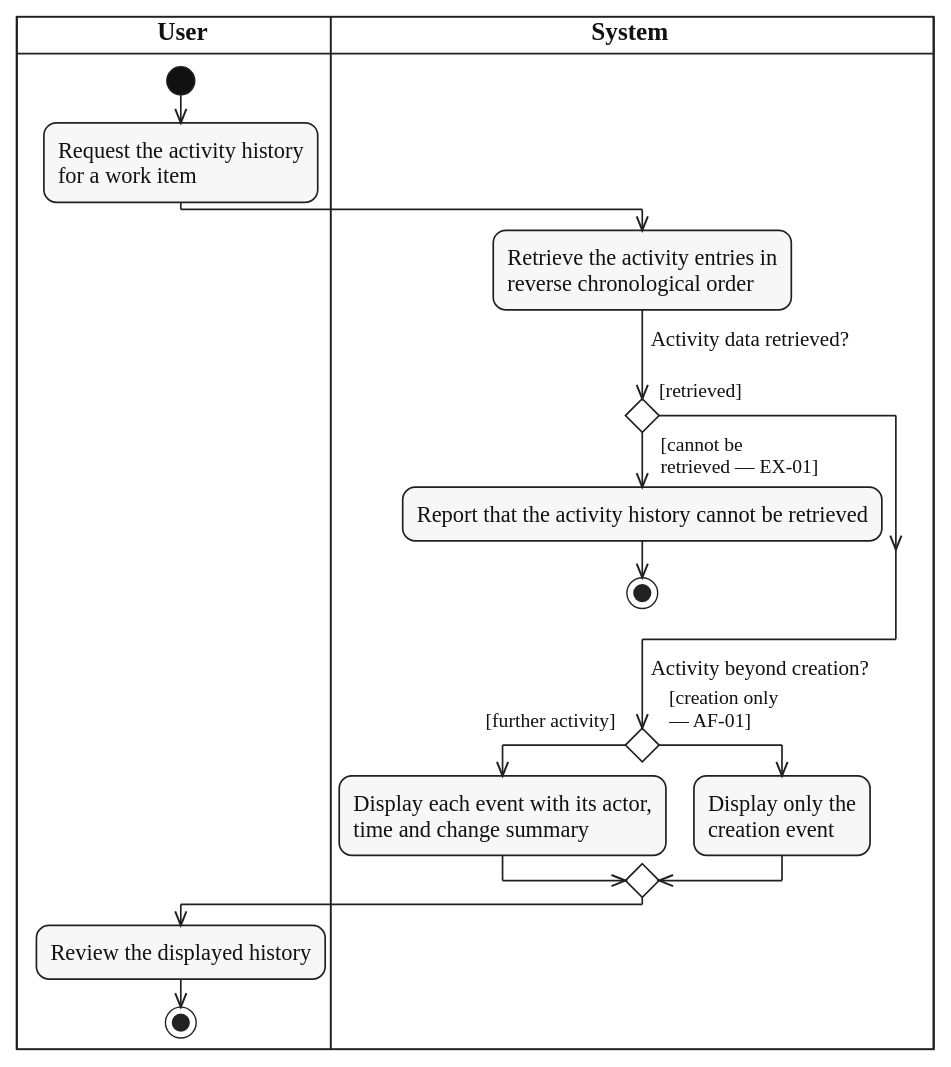
Above: diagrams/activity/collaboration-notification/svg/UC-WORK-ITEM-ACTIVITY-REVIEW.svg in lukenab/swd392-doc-automation (PlantUML), before the change. Its source is kept beside it as diagrams/activity/collaboration-notification/source/UC-WORK-ITEM-ACTIVITY-REVIEW.puml. The source it was exported from:
```plantuml
@startuml UC-WORK-ITEM-ACTIVITY-REVIEW
!include ../../_shared/activity-style.puml
|USR| $lane_title("User")
|SYS| $lane_title("System")

|USR|
start
:Request the activity history
for a work item;
|SYS|
:Retrieve the activity entries in
reverse chronological order;
if ($question("Activity data retrieved?")) then ($guard_left("[retrieved]"))
else ($guard_right("[cannot be", "retrieved — EX-01]"))
  :Report that the activity history cannot be retrieved;
  stop
endif
if ($question("Activity beyond creation?")) then ($guard_left("[further activity]"))
  :Display each event with its actor,
  time and change summary;
else ($guard_right("[creation only", "— AF-01]"))
  :Display only the
  creation event;
endif
|USR|
:Review the displayed history;
stop
@enduml
```
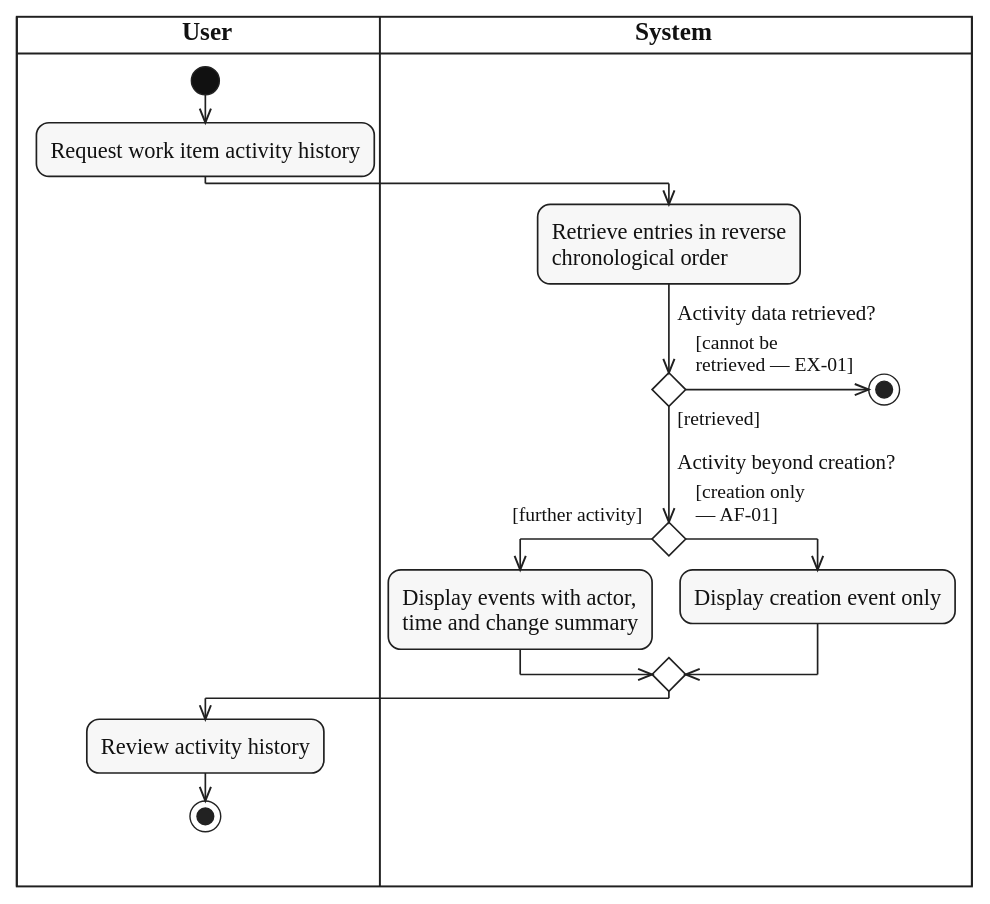
The same file after the commit.

Commit message:
docs(activity): shorten labels in collaboration and reporting diagrams

What changed in the source:
```diff
@@ -5,24 +5,22 @@
 
 |USR|
 start
-:Request the activity history
-for a work item;
+:Request work item activity history;
 |SYS|
-:Retrieve the activity entries in
-reverse chronological order;
+:Retrieve entries in reverse
+chronological order;
 if ($question("Activity data retrieved?")) then ($guard_left("[retrieved]"))
+  if ($question("Activity beyond creation?")) then ($guard_left("[further activity]"))
+    :Display events with actor,
+    time and change summary;
+  else ($guard_right("[creation only", "— AF-01]"))
+    :Display creation event only;
+  endif
+  |USR|
+  :Review activity history;
+  stop
 else ($guard_right("[cannot be", "retrieved — EX-01]"))
-  :Report that the activity history cannot be retrieved;
+  |SYS|
   stop
 endif
-if ($question("Activity beyond creation?")) then ($guard_left("[further activity]"))
-  :Display each event with its actor,
-  time and change summary;
-else ($guard_right("[creation only", "— AF-01]"))
-  :Display only the
-  creation event;
-endif
-|USR|
-:Review the displayed history;
-stop
 @enduml
```
